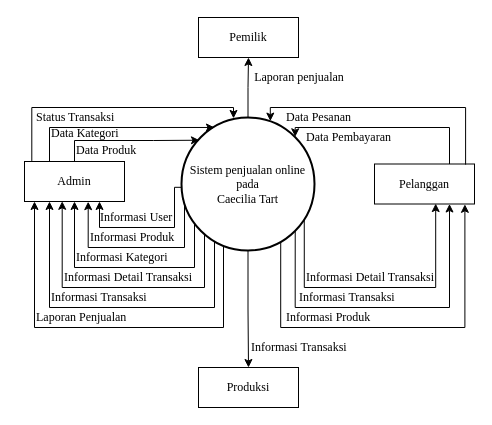
angelinahandini/TA keeps this draw.io diagram as page "Diagram Kontex Revisi Akhir" (18 of 21) of TA.drawio. Above is the earlier version. Source tidied: cells renumbered, new cells numbered last; positions are measured from the earlier drawing's top-left corner, leaving out a move shared by most shapes. Both pictures are drawn from the tidied source at 100%, with x=0, y=0 at pixel (24, 17).
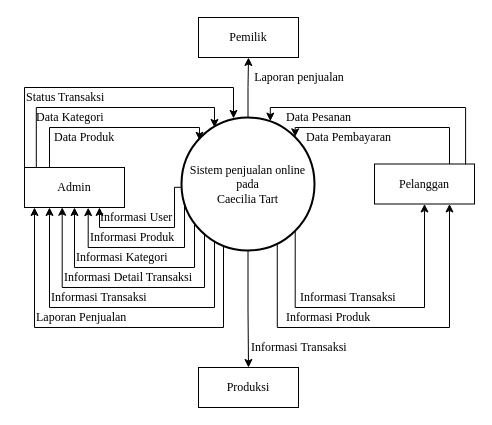
After the change.

Unchanged cells that the change refers to:
```xml
<mxCell id="2" style="group;" parent="1" vertex="1">
  <mxGeometry width="450" height="390" as="geometry" />
</mxCell>
<mxCell id="3" value="Pemilik" style="whiteSpace=wrap;html=1;align=center;fontFamily=Times New Roman;" parent="2" vertex="1">
  <mxGeometry x="174" width="100" height="40" as="geometry" />
</mxCell>
<mxCell id="22" value="Pelanggan" style="whiteSpace=wrap;html=1;align=center;fontFamily=Times New Roman;" parent="2" vertex="1">
  <mxGeometry x="350" y="146.5" width="100" height="40" as="geometry" />
</mxCell>
<mxCell id="32" value="Sistem penjualan online pada &lt;br&gt;Caecilia Tart" style="strokeWidth=2;html=1;shape=mxgraph.flowchart.start_2;whiteSpace=wrap;fontFamily=Times New Roman;" parent="2" vertex="1">
  <mxGeometry x="157" y="100" width="133" height="133" as="geometry" />
</mxCell>
<mxCell id="38" value="Produksi" style="whiteSpace=wrap;html=1;align=center;fontFamily=Times New Roman;" parent="2" vertex="1">
  <mxGeometry x="174" y="350" width="100" height="40" as="geometry" />
</mxCell>
```

Change to the diagram source:
```diff
@@
-    <mxCell id="4" style="edgeStyle=orthogonalEdgeStyle;rounded=0;jettySize=auto;html=1;entryX=0.5;entryY=1;entryDx=0;entryDy=0;" parent="2" edge="1" source="32" target="3">
+    <mxCell id="4" style="edgeStyle=orthogonalEdgeStyle;rounded=0;jettySize=auto;html=1;entryX=0.5;entryY=1;entryDx=0;entryDy=0;fontFamily=Times New Roman;" parent="2" edge="1" source="32" target="3">
       <mxGeometry relative="1" as="geometry" />
     </mxCell>
@@
     <mxCell id="6" value="Admin" style="whiteSpace=wrap;html=1;align=center;fontFamily=Times New Roman;" parent="2" vertex="1">
-      <mxGeometry y="144" width="100" height="40" as="geometry" />
+      <mxGeometry y="150" width="100" height="40" as="geometry" />
     </mxCell>
-    <mxCell id="7" style="edgeStyle=orthogonalEdgeStyle;rounded=0;jettySize=auto;html=1;exitX=0.145;exitY=0.855;exitDx=0;exitDy=0;exitPerimeter=0;" parent="2" edge="1" source="32" target="6">
+    <mxCell id="7" style="edgeStyle=orthogonalEdgeStyle;rounded=0;jettySize=auto;html=1;exitX=0.145;exitY=0.855;exitDx=0;exitDy=0;exitPerimeter=0;fontFamily=Times New Roman;" parent="2" edge="1" source="32" target="6">
       <mxGeometry relative="1" as="geometry">
         <Array as="points">
           <mxPoint x="199" y="310" />
           <mxPoint x="10" y="310" />
         </Array>
       </mxGeometry>
     </mxCell>
-    <mxCell id="8" style="edgeStyle=orthogonalEdgeStyle;rounded=0;jettySize=auto;html=1;entryX=0.25;entryY=1;entryDx=0;entryDy=0;exitX=0.062;exitY=0.742;exitDx=0;exitDy=0;exitPerimeter=0;" parent="2" edge="1" source="32" target="6">
+    <mxCell id="8" style="edgeStyle=orthogonalEdgeStyle;rounded=0;jettySize=auto;html=1;entryX=0.25;entryY=1;entryDx=0;entryDy=0;exitX=0.062;exitY=0.742;exitDx=0;exitDy=0;exitPerimeter=0;fontFamily=Times New Roman;" parent="2" edge="1" source="32" target="6">
       <mxGeometry relative="1" as="geometry">
         <Array as="points">
           <mxPoint x="190" y="197" />
           <mxPoint x="190" y="197" />
           <mxPoint x="190" y="290" />
           <mxPoint x="25" y="290" />
         </Array>
       </mxGeometry>
     </mxCell>
-    <mxCell id="9" style="edgeStyle=orthogonalEdgeStyle;rounded=0;jettySize=auto;html=1;entryX=0.377;entryY=0.995;entryDx=0;entryDy=0;entryPerimeter=0;exitX=0.011;exitY=0.619;exitDx=0;exitDy=0;exitPerimeter=0;" parent="2" edge="1" source="32" target="6">
+    <mxCell id="9" style="edgeStyle=orthogonalEdgeStyle;rounded=0;jettySize=auto;html=1;entryX=0.377;entryY=0.995;entryDx=0;entryDy=0;entryPerimeter=0;exitX=0.011;exitY=0.619;exitDx=0;exitDy=0;exitPerimeter=0;fontFamily=Times New Roman;" parent="2" edge="1" source="32" target="6">
       <mxGeometry relative="1" as="geometry">
         <Array as="points">
           <mxPoint x="180" y="176" />
           <mxPoint x="180" y="270" />
           <mxPoint x="38" y="270" />
         </Array>
       </mxGeometry>
     </mxCell>
-    <mxCell id="10" style="edgeStyle=orthogonalEdgeStyle;rounded=0;jettySize=auto;html=1;entryX=0.5;entryY=1;entryDx=0;entryDy=0;exitX=0.033;exitY=0.67;exitDx=0;exitDy=0;exitPerimeter=0;" parent="2" edge="1" source="32" target="6">
+    <mxCell id="10" style="edgeStyle=orthogonalEdgeStyle;rounded=0;jettySize=auto;html=1;entryX=0.5;entryY=1;entryDx=0;entryDy=0;exitX=0.033;exitY=0.67;exitDx=0;exitDy=0;exitPerimeter=0;fontFamily=Times New Roman;" parent="2" edge="1" source="32" target="6">
       <mxGeometry relative="1" as="geometry">
         <Array as="points">
           <mxPoint x="170" y="185" />
           <mxPoint x="170" y="250" />
           <mxPoint x="50" y="250" />
         </Array>
       </mxGeometry>
     </mxCell>
-    <mxCell id="11" style="edgeStyle=orthogonalEdgeStyle;rounded=0;jettySize=auto;html=1;entryX=0.637;entryY=1.004;entryDx=0;entryDy=0;entryPerimeter=0;exitX=0;exitY=0.5;exitDx=0;exitDy=0;exitPerimeter=0;" parent="2" edge="1" source="32" target="6">
+    <mxCell id="11" style="edgeStyle=orthogonalEdgeStyle;rounded=0;jettySize=auto;html=1;entryX=0.637;entryY=1.004;entryDx=0;entryDy=0;entryPerimeter=0;exitX=0;exitY=0.5;exitDx=0;exitDy=0;exitPerimeter=0;fontFamily=Times New Roman;" parent="2" edge="1" source="32" target="6">
       <mxGeometry relative="1" as="geometry">
         <Array as="points">
           <mxPoint x="157" y="165" />
           <mxPoint x="160" y="165" />
           <mxPoint x="160" y="230" />
           <mxPoint x="64" y="230" />
         </Array>
       </mxGeometry>
     </mxCell>
-    <mxCell id="12" style="edgeStyle=orthogonalEdgeStyle;rounded=0;jettySize=auto;html=1;entryX=0.75;entryY=1;entryDx=0;entryDy=0;exitX=0.001;exitY=0.525;exitDx=0;exitDy=0;exitPerimeter=0;" parent="2" edge="1" source="32" target="6">
+    <mxCell id="12" style="edgeStyle=orthogonalEdgeStyle;rounded=0;jettySize=auto;html=1;entryX=0.75;entryY=1;entryDx=0;entryDy=0;exitX=0.001;exitY=0.525;exitDx=0;exitDy=0;exitPerimeter=0;fontFamily=Times New Roman;" parent="2" edge="1" source="32" target="6">
       <mxGeometry relative="1" as="geometry">
         <Array as="points">
           <mxPoint x="150" y="170" />
           <mxPoint x="150" y="210" />
           <mxPoint x="75" y="210" />
         </Array>
       </mxGeometry>
     </mxCell>
@@
     <mxCell id="19" value="Status Transaksi" style="text;html=1;strokeColor=none;fillColor=none;align=left;verticalAlign=middle;whiteSpace=wrap;rounded=0;fontFamily=Times New Roman;" parent="2" vertex="1">
-      <mxGeometry x="10" y="90" width="140" height="20" as="geometry" />
+      <mxGeometry y="70" width="90" height="20" as="geometry" />
     </mxCell>
     <mxCell id="20" value="Data Kategori" style="text;html=1;strokeColor=none;fillColor=none;align=left;verticalAlign=middle;whiteSpace=wrap;rounded=0;fontFamily=Times New Roman;" parent="2" vertex="1">
-      <mxGeometry x="25" y="106" width="75" height="20" as="geometry" />
+      <mxGeometry x="10" y="90" width="75" height="20" as="geometry" />
     </mxCell>
     <mxCell id="21" value="Data Produk" style="text;html=1;strokeColor=none;fillColor=none;align=left;verticalAlign=middle;whiteSpace=wrap;rounded=0;fontFamily=Times New Roman;" parent="2" vertex="1">
-      <mxGeometry x="50" y="123" width="75" height="20" as="geometry" />
+      <mxGeometry x="27.5" y="110" width="75" height="20" as="geometry" />
     </mxCell>
@@
-    <mxCell id="23" style="edgeStyle=orthogonalEdgeStyle;rounded=0;jettySize=auto;html=1;entryX=0.904;entryY=1.008;entryDx=0;entryDy=0;entryPerimeter=0;exitX=0.746;exitY=0.943;exitDx=0;exitDy=0;exitPerimeter=0;" parent="2" edge="1" source="32" target="22">
+    <mxCell id="23" style="edgeStyle=orthogonalEdgeStyle;rounded=0;jettySize=auto;html=1;entryX=0.75;entryY=1;entryDx=0;entryDy=0;exitX=0.72;exitY=0.955;exitDx=0;exitDy=0;exitPerimeter=0;fontFamily=Times New Roman;" parent="2" edge="1" source="32" target="22">
       <mxGeometry relative="1" as="geometry">
         <Array as="points">
-          <mxPoint x="256" y="310" />
-          <mxPoint x="440" y="310" />
+          <mxPoint x="253" y="310" />
+          <mxPoint x="425" y="310" />
         </Array>
       </mxGeometry>
     </mxCell>
-    <mxCell id="24" style="edgeStyle=orthogonalEdgeStyle;rounded=0;jettySize=auto;html=1;entryX=0.75;entryY=1;entryDx=0;entryDy=0;exitX=0.855;exitY=0.855;exitDx=0;exitDy=0;exitPerimeter=0;" parent="2" edge="1" source="32" target="22">
+    <mxCell id="24" style="edgeStyle=orthogonalEdgeStyle;rounded=0;jettySize=auto;html=1;entryX=0.5;entryY=1;entryDx=0;entryDy=0;exitX=0.855;exitY=0.855;exitDx=0;exitDy=0;exitPerimeter=0;fontFamily=Times New Roman;" parent="2" edge="1" source="32" target="22">
       <mxGeometry relative="1" as="geometry">
         <Array as="points">
           <mxPoint x="271" y="290" />
-          <mxPoint x="425" y="290" />
+          <mxPoint x="400" y="290" />
         </Array>
       </mxGeometry>
     </mxCell>
-    <mxCell id="25" style="edgeStyle=orthogonalEdgeStyle;rounded=0;jettySize=auto;html=1;entryX=0.612;entryY=0.989;entryDx=0;entryDy=0;entryPerimeter=0;exitX=0.923;exitY=0.771;exitDx=0;exitDy=0;exitPerimeter=0;" parent="2" edge="1" source="32" target="22">
-      <mxGeometry relative="1" as="geometry">
-        <Array as="points">
-          <mxPoint x="280" y="270" />
-          <mxPoint x="411" y="270" />
-        </Array>
-      </mxGeometry>
-    </mxCell>
@@
     <mxCell id="27" value="Informasi Transaksi" style="text;html=1;strokeColor=none;fillColor=none;align=left;verticalAlign=middle;whiteSpace=wrap;rounded=0;fontFamily=Times New Roman;" parent="2" vertex="1">
-      <mxGeometry x="272.5" y="270" width="110" height="20" as="geometry" />
+      <mxGeometry x="274" y="270" width="110" height="20" as="geometry" />
     </mxCell>
-    <mxCell id="28" value="Informasi Detail Transaksi" style="text;html=1;strokeColor=none;fillColor=none;align=left;verticalAlign=middle;whiteSpace=wrap;rounded=0;fontFamily=Times New Roman;" parent="2" vertex="1">
-      <mxGeometry x="280" y="250" width="140" height="20" as="geometry" />
-    </mxCell>
@@
-    <mxCell id="33" style="edgeStyle=orthogonalEdgeStyle;rounded=0;jettySize=auto;html=1;exitX=0.073;exitY=-0.014;exitDx=0;exitDy=0;exitPerimeter=0;entryX=0.391;entryY=0.007;entryDx=0;entryDy=0;entryPerimeter=0;" parent="2" edge="1" source="6" target="32">
+    <mxCell id="33" style="edgeStyle=orthogonalEdgeStyle;rounded=0;jettySize=auto;html=1;exitX=0;exitY=0;exitDx=0;exitDy=0;entryX=0.391;entryY=0.007;entryDx=0;entryDy=0;entryPerimeter=0;fontFamily=Times New Roman;" parent="2" edge="1" source="6" target="32">
       <mxGeometry relative="1" as="geometry">
         <Array as="points">
-          <mxPoint x="7" y="90" />
-          <mxPoint x="209" y="90" />
+          <mxPoint y="70" />
+          <mxPoint x="209" y="70" />
         </Array>
       </mxGeometry>
     </mxCell>
-    <mxCell id="34" style="edgeStyle=orthogonalEdgeStyle;rounded=0;jettySize=auto;html=1;entryX=0.248;entryY=0.075;entryDx=0;entryDy=0;entryPerimeter=0;exitX=0.25;exitY=0;exitDx=0;exitDy=0;" parent="2" edge="1" source="6" target="32">
+    <mxCell id="34" style="edgeStyle=orthogonalEdgeStyle;rounded=0;jettySize=auto;html=1;entryX=0.248;entryY=0.075;entryDx=0;entryDy=0;entryPerimeter=0;exitX=0.118;exitY=-0.001;exitDx=0;exitDy=0;fontFamily=Times New Roman;exitPerimeter=0;" parent="2" edge="1" source="6" target="32">
       <mxGeometry relative="1" as="geometry">
         <Array as="points">
-          <mxPoint x="25" y="110" />
+          <mxPoint x="12" y="90" />
+          <mxPoint x="190" y="90" />
         </Array>
       </mxGeometry>
     </mxCell>
-    <mxCell id="35" style="edgeStyle=orthogonalEdgeStyle;rounded=0;jettySize=auto;html=1;entryX=0.135;entryY=0.171;entryDx=0;entryDy=0;entryPerimeter=0;exitX=0.5;exitY=0;exitDx=0;exitDy=0;" parent="2" edge="1" source="6" target="32">
+    <mxCell id="35" style="edgeStyle=orthogonalEdgeStyle;rounded=0;jettySize=auto;html=1;entryX=0.135;entryY=0.171;entryDx=0;entryDy=0;entryPerimeter=0;exitX=0.25;exitY=0;exitDx=0;exitDy=0;fontFamily=Times New Roman;" parent="2" edge="1" source="6" target="32">
       <mxGeometry relative="1" as="geometry">
         <Array as="points">
-          <mxPoint x="50" y="123" />
-          <mxPoint x="129" y="123" />
+          <mxPoint x="25" y="110" />
+          <mxPoint x="175" y="110" />
         </Array>
       </mxGeometry>
     </mxCell>
-    <mxCell id="36" style="edgeStyle=orthogonalEdgeStyle;rounded=0;jettySize=auto;html=1;exitX=0.911;exitY=0.016;exitDx=0;exitDy=0;exitPerimeter=0;entryX=0.668;entryY=0.027;entryDx=0;entryDy=0;entryPerimeter=0;" parent="2" edge="1" source="22" target="32">
+    <mxCell id="36" style="edgeStyle=orthogonalEdgeStyle;rounded=0;jettySize=auto;html=1;exitX=0.911;exitY=0.016;exitDx=0;exitDy=0;exitPerimeter=0;entryX=0.668;entryY=0.027;entryDx=0;entryDy=0;entryPerimeter=0;fontFamily=Times New Roman;" parent="2" edge="1" source="22" target="32">
       <mxGeometry relative="1" as="geometry">
         <Array as="points">
           <mxPoint x="441" y="90" />
           <mxPoint x="246" y="90" />
         </Array>
       </mxGeometry>
     </mxCell>
-    <mxCell id="37" style="edgeStyle=orthogonalEdgeStyle;rounded=0;jettySize=auto;html=1;entryX=0.855;entryY=0.145;entryDx=0;entryDy=0;entryPerimeter=0;exitX=0.75;exitY=0;exitDx=0;exitDy=0;" parent="2" edge="1" source="22" target="32">
+    <mxCell id="37" style="edgeStyle=orthogonalEdgeStyle;rounded=0;jettySize=auto;html=1;entryX=0.855;entryY=0.145;entryDx=0;entryDy=0;entryPerimeter=0;exitX=0.75;exitY=0;exitDx=0;exitDy=0;fontFamily=Times New Roman;" parent="2" edge="1" source="22" target="32">
       <mxGeometry relative="1" as="geometry">
         <Array as="points">
           <mxPoint x="425" y="110" />
           <mxPoint x="271" y="110" />
         </Array>
       </mxGeometry>
     </mxCell>
@@
-    <mxCell id="39" style="edgeStyle=orthogonalEdgeStyle;rounded=0;jettySize=auto;html=1;entryX=0.5;entryY=0;entryDx=0;entryDy=0;" parent="2" edge="1" source="32" target="38">
+    <mxCell id="39" style="edgeStyle=orthogonalEdgeStyle;rounded=0;jettySize=auto;html=1;entryX=0.5;entryY=0;entryDx=0;entryDy=0;fontFamily=Times New Roman;" parent="2" edge="1" source="32" target="38">
       <mxGeometry relative="1" as="geometry" />
     </mxCell>
```
